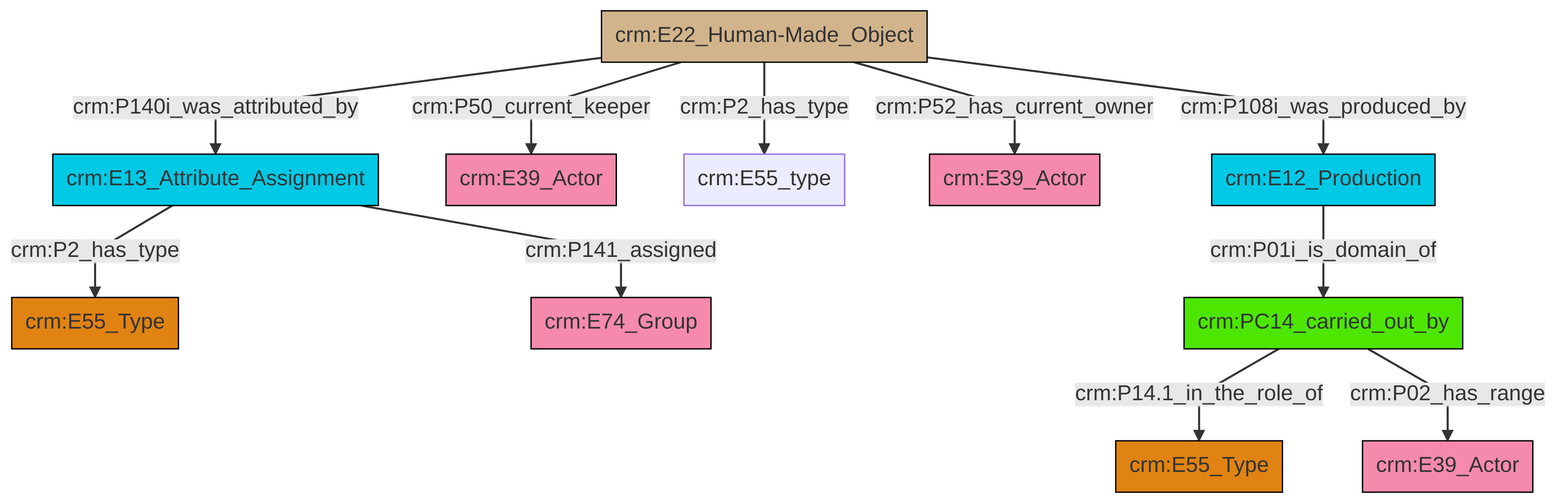
Before: et/artworkCSV/ttl/mmd/png/Artwork_Actor_Relations.png, a diagram exported from Mermaid (swiss-art-research-net/reference-data-models). Its source is kept beside it as et/artworkCSV/ttl/mmd/Artwork_Actor_Relations.ttl.mmd.
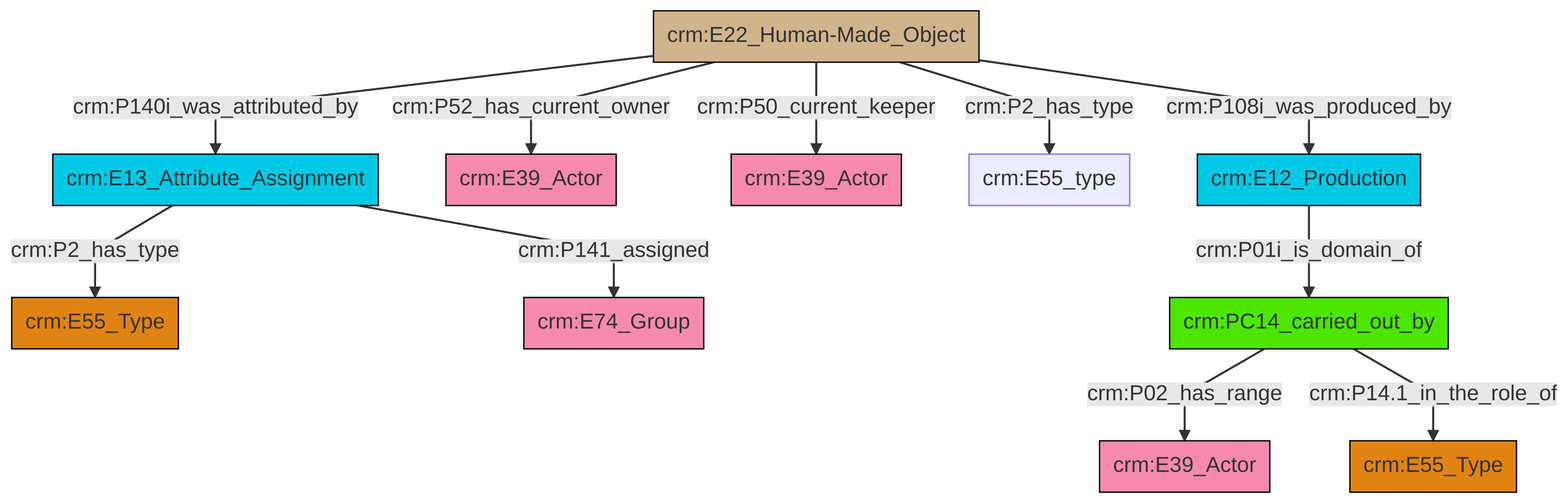
After the change.

Change to the diagram source:
```diff
@@ -13,13 +13,13 @@
 classDef PC_Classes fill:#4ce600, stroke:#000000;
 classDef Multi fill:#cccccc,stroke:#000000;
 
-0["crm:E22_Human-Made_Object"]:::Physical_Thing -->|crm:P140i_was_attributed_by| 1["crm:E13_Attribute_Assignment"]:::Temporal_Entity
-0["crm:E22_Human-Made_Object"]:::Physical_Thing -->|crm:P50_current_keeper| 4["crm:E39_Actor"]:::Actor
-0["crm:E22_Human-Made_Object"]:::Physical_Thing -->|crm:P2_has_type| 7["crm:E55_type"]:::Default
-0["crm:E22_Human-Made_Object"]:::Physical_Thing -->|crm:P52_has_current_owner| 12["crm:E39_Actor"]:::Actor
-13["crm:PC14_carried_out_by"]:::PC_Classes -->|crm:P14.1_in_the_role_of| 14["crm:E55_Type"]:::Type
-13["crm:PC14_carried_out_by"]:::PC_Classes -->|crm:P02_has_range| 8["crm:E39_Actor"]:::Actor
-1["crm:E13_Attribute_Assignment"]:::Temporal_Entity -->|crm:P2_has_type| 2["crm:E55_Type"]:::Type
-0["crm:E22_Human-Made_Object"]:::Physical_Thing -->|crm:P108i_was_produced_by| 10["crm:E12_Production"]:::Temporal_Entity
-1["crm:E13_Attribute_Assignment"]:::Temporal_Entity -->|crm:P141_assigned| 18["crm:E74_Group"]:::Actor
-10["crm:E12_Production"]:::Temporal_Entity -->|crm:P01i_is_domain_of| 13["crm:PC14_carried_out_by"]:::PC_Classes
+2["crm:E22_Human-Made_Object"]:::Physical_Thing -->|crm:P140i_was_attributed_by| 3["crm:E13_Attribute_Assignment"]:::Temporal_Entity
+2["crm:E22_Human-Made_Object"]:::Physical_Thing -->|crm:P52_has_current_owner| 4["crm:E39_Actor"]:::Actor
+9["crm:PC14_carried_out_by"]:::PC_Classes -->|crm:P02_has_range| 10["crm:E39_Actor"]:::Actor
+9["crm:PC14_carried_out_by"]:::PC_Classes -->|crm:P14.1_in_the_role_of| 0["crm:E55_Type"]:::Type
+2["crm:E22_Human-Made_Object"]:::Physical_Thing -->|crm:P50_current_keeper| 7["crm:E39_Actor"]:::Actor
+15["crm:E12_Production"]:::Temporal_Entity -->|crm:P01i_is_domain_of| 9["crm:PC14_carried_out_by"]:::PC_Classes
+3["crm:E13_Attribute_Assignment"]:::Temporal_Entity -->|crm:P2_has_type| 5["crm:E55_Type"]:::Type
+2["crm:E22_Human-Made_Object"]:::Physical_Thing -->|crm:P2_has_type| 19["crm:E55_type"]:::Default
+3["crm:E13_Attribute_Assignment"]:::Temporal_Entity -->|crm:P141_assigned| 16["crm:E74_Group"]:::Actor
+2["crm:E22_Human-Made_Object"]:::Physical_Thing -->|crm:P108i_was_produced_by| 15["crm:E12_Production"]:::Temporal_Entity
```
